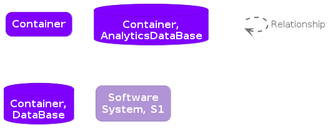
This is architecture/diagrams/structurizr-Container-001-key.png from neojelll/url-shortener, a PlantUML export, as it was before one commit.
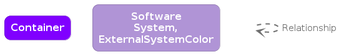
Above is the later version.

Commit message:
chores(C4 diagrams): Update Structurizr diagrams

What changed in the source:
```diff
@@ -24,30 +24,16 @@
 }
 rectangle "==Container" <<1>>
 
-skinparam database<<2>> {
-  BackgroundColor #8000ff
-  FontColor #ffffff
-  BorderColor #5900b2
-}
-database "==Container, AnalyticsDataBase" <<2>>
-
-skinparam database<<3>> {
-  BackgroundColor #8000ff
-  FontColor #ffffff
-  BorderColor #5900b2
-}
-database "==Container, DataBase" <<3>>
-
-skinparam rectangle<<4>> {
+skinparam rectangle<<2>> {
   BackgroundColor #b094d6
   FontColor #ffffff
   BorderColor #7b6795
   roundCorner 20
 }
-rectangle "==Software System, S1" <<4>>
+rectangle "==Software System, ExternalSystemColor" <<2>>
 
-rectangle "." <<_transparent>> as 5
-5 .[#707070,thickness=2].> 5 : "<color:#707070>Relationship"
+rectangle "." <<_transparent>> as 3
+3 .[#707070,thickness=2].> 3 : "<color:#707070>Relationship"
 
 
 @enduml
```
